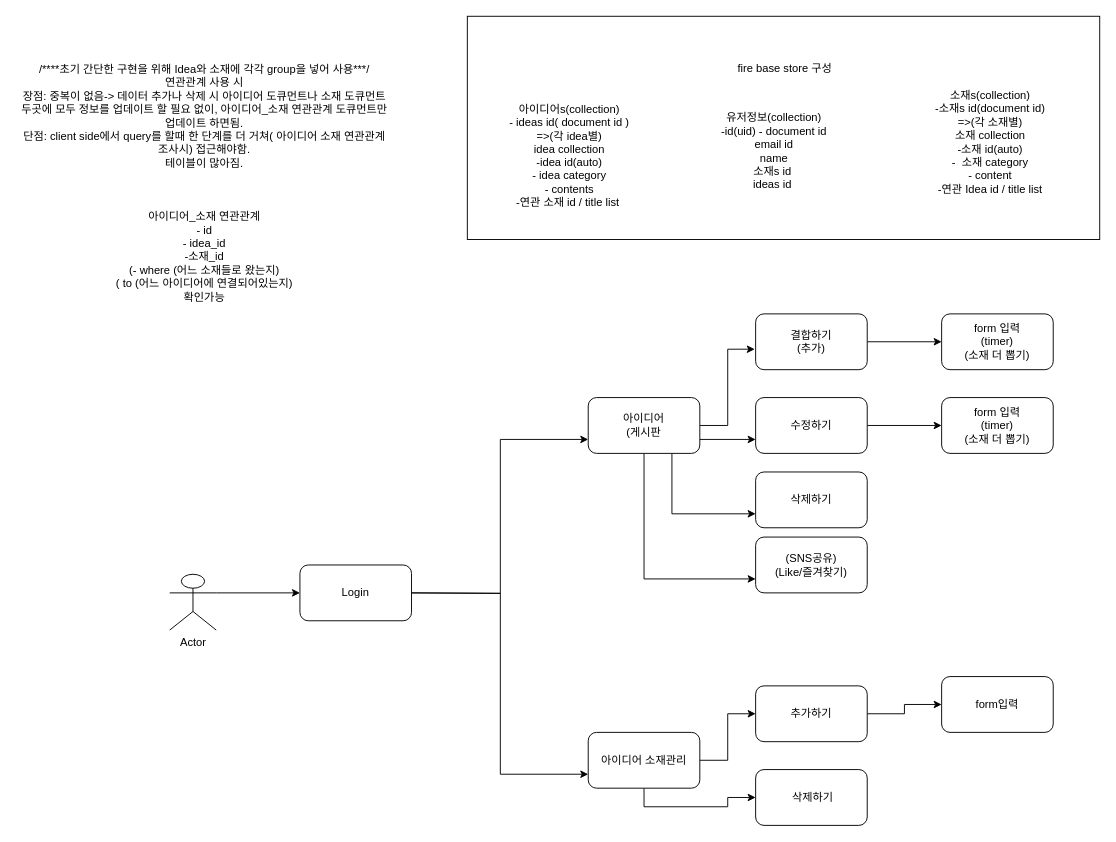
Above: UML.drawio in bsjeon87/brainStorm (draw.io), before the change. Source tidied: cells renumbered, new cells numbered last; positions are measured from the earlier drawing's top-left corner, leaving out a move shared by most shapes. Both pictures are drawn from the tidied source at 93%, with x=0, y=0 at pixel (16, 16).
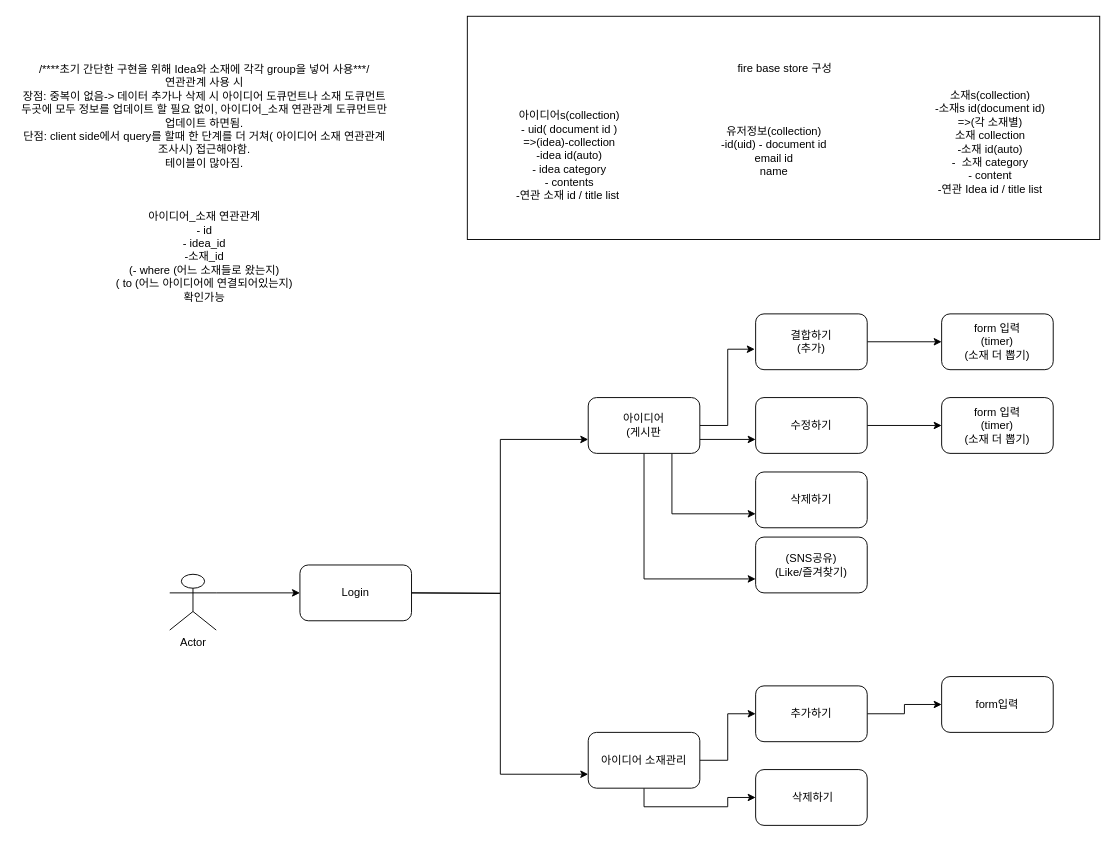
After the change.

The change refers to these unchanged cells:
```xml
<mxCell id="28" style="group;" parent="1" vertex="1">
  <mxGeometry x="485" width="680" height="240" as="geometry" />
</mxCell>
```

Diff of the diagram source:
```diff
@@
-    <mxCell id="30" value="아이디어s(collection)&lt;br&gt;- ideas id( document id )&lt;br&gt;=&amp;gt;(각 idea별)&lt;br&gt;idea collection&lt;br&gt;-idea id(auto)&lt;br&gt;- idea category&lt;br&gt;- contents&lt;br&gt;-연관 소재 id / title list&amp;nbsp;" style="text;html=1;strokeColor=none;fillColor=none;align=center;verticalAlign=middle;whiteSpace=wrap;rounded=0;" parent="28" vertex="1">
+    <mxCell id="30" value="아이디어s(collection)&lt;br&gt;- uid( document id )&lt;br&gt;=&amp;gt;(idea)-collection&lt;br&gt;-idea id(auto)&lt;br&gt;- idea category&lt;br&gt;- contents&lt;br&gt;-연관 소재 id / title list&amp;nbsp;" style="text;html=1;strokeColor=none;fillColor=none;align=center;verticalAlign=middle;whiteSpace=wrap;rounded=0;" parent="28" vertex="1">
       <mxGeometry y="90" width="220" height="120" as="geometry" />
     </mxCell>
@@
-    <mxCell id="32" value="유저정보(collection)&lt;br&gt;-id(uid) - document id&lt;br&gt;email id&lt;br&gt;name&lt;br&gt;소재s id&amp;nbsp;&lt;br&gt;ideas id&amp;nbsp;" style="text;html=1;strokeColor=none;fillColor=none;align=center;verticalAlign=middle;whiteSpace=wrap;rounded=0;" parent="28" vertex="1">
+    <mxCell id="32" value="유저정보(collection)&lt;br&gt;-id(uid) - document id&lt;br&gt;email id&lt;br&gt;name" style="text;html=1;strokeColor=none;fillColor=none;align=center;verticalAlign=middle;whiteSpace=wrap;rounded=0;" parent="28" vertex="1">
       <mxGeometry x="220" y="100" width="220" height="90" as="geometry" />
     </mxCell>
```
